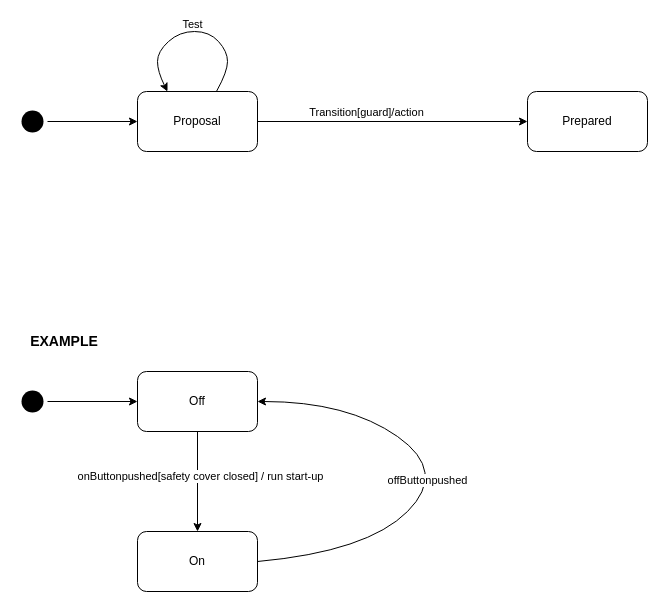
Above: SAD1.drawio in i4GS/test (draw.io), before the change. Source tidied: cells renumbered, new cells numbered last; positions are measured from the earlier drawing's top-left corner, leaving out a move shared by most shapes. Both pictures are drawn from the tidied source at 100%, with x=0, y=0 at pixel (17, 31).
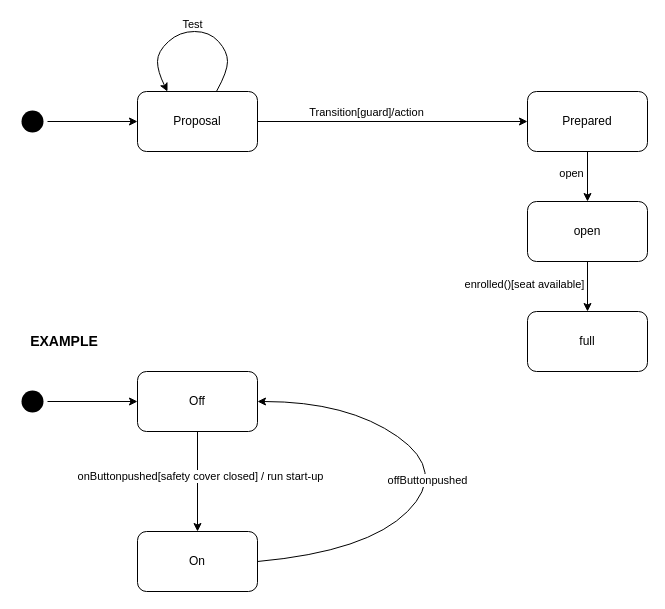
The same page after the edit.

The change refers to these unchanged cells:
```xml
<mxCell id="5" value="Prepared" style="rounded=1;whiteSpace=wrap;html=1;" parent="1" vertex="1">
  <mxGeometry x="510" y="60" width="120" height="60" as="geometry" />
</mxCell>
```

Diff of the diagram source:
```diff
@@
+    <mxCell id="19" style="edgeStyle=orthogonalEdgeStyle;rounded=0;jettySize=auto;html=1;" parent="1" edge="1" source="5" target="23">
+      <mxGeometry relative="1" as="geometry" />
+    </mxCell>
+    <mxCell id="20" value="open" style="edgeLabel;html=1;align=center;verticalAlign=middle;" parent="19" vertex="1">
+      <mxGeometry x="-0.33" relative="1" as="geometry">
+        <mxPoint x="-17" y="4" as="offset" />
+      </mxGeometry>
+    </mxCell>
@@
+    <mxCell id="21" style="edgeStyle=orthogonalEdgeStyle;rounded=0;jettySize=auto;html=1;" parent="1" edge="1" source="23" target="24">
+      <mxGeometry relative="1" as="geometry" />
+    </mxCell>
+    <mxCell id="22" value="enrolled()[seat available]" style="edgeLabel;html=1;align=center;verticalAlign=middle;" parent="21" vertex="1">
+      <mxGeometry x="-0.13" y="-2" relative="1" as="geometry">
+        <mxPoint x="-62" as="offset" />
+      </mxGeometry>
+    </mxCell>
+    <mxCell id="23" value="open" style="rounded=1;whiteSpace=wrap;html=1;" parent="1" vertex="1">
+      <mxGeometry x="510" y="170" width="120" height="60" as="geometry" />
+    </mxCell>
+    <mxCell id="24" value="full" style="rounded=1;whiteSpace=wrap;html=1;" parent="1" vertex="1">
+      <mxGeometry x="510" y="280" width="120" height="60" as="geometry" />
+    </mxCell>
```
